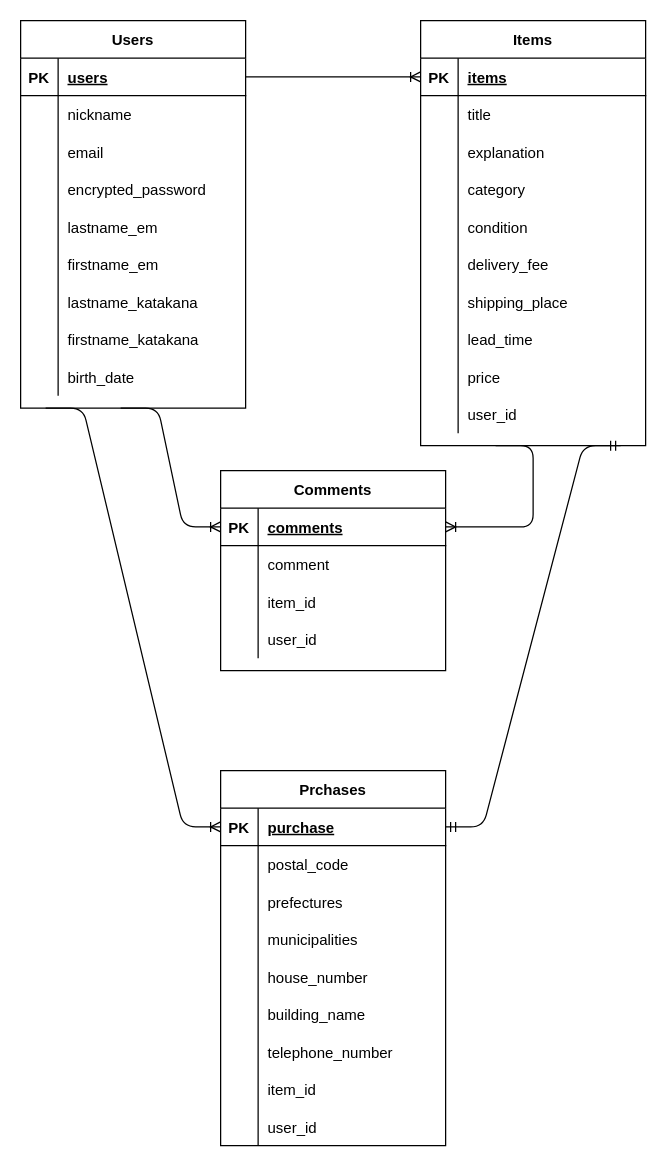
Above: furima.dio in hirokichitana/furima-37142 (draw.io), before the change. Source tidied: cells renumbered, new cells numbered last; positions are measured from the earlier drawing's top-left corner, leaving out a move shared by most shapes. Both pictures are drawn from the tidied source at 125%, with x=0, y=0 at pixel (20, 20).
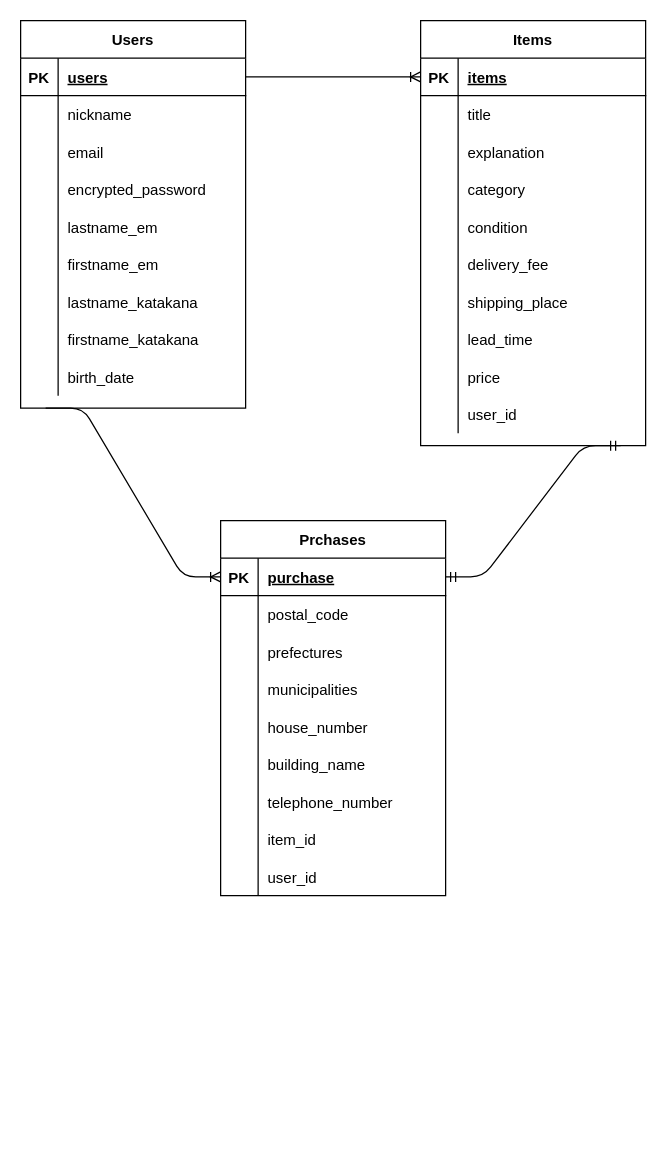
The same diagram, later.

Commit message (it also covers changes not shown here):
データベース設計の修正

What changed in the source:
```diff
@@
-    <mxCell id="33" value="Comments" style="shape=table;startSize=30;childLayout=tableLayout;rowLines=0;fontStyle=1;align=center;rounded=0;" parent="1" vertex="1">
-      <mxGeometry x="160" y="360" width="180" height="160" as="geometry" />
-    </mxCell>
-    <mxCell id="34" style="shape=partialRectangle;fillColor=none;top=0;left=0;bottom=1;right=0;points=[[0,0.5],[1,0.5]];portConstraint=eastwest;rounded=0;" parent="33" vertex="1">
-      <mxGeometry y="30" width="180" height="30" as="geometry" />
-    </mxCell>
-    <mxCell id="35" value="PK" style="shape=partialRectangle;fillColor=none;top=0;left=0;bottom=0;right=0;fontStyle=1;overflow=hidden;rounded=0;" parent="34" vertex="1">
-      <mxGeometry width="30" height="30" as="geometry" />
-    </mxCell>
-    <mxCell id="36" value="comments" style="shape=partialRectangle;fillColor=none;top=0;left=0;bottom=0;right=0;align=left;spacingLeft=6;fontStyle=5;overflow=hidden;rounded=0;" parent="34" vertex="1">
-      <mxGeometry x="30" width="150" height="30" as="geometry" />
-    </mxCell>
-    <mxCell id="37" style="shape=partialRectangle;fillColor=none;top=0;left=0;bottom=0;right=0;rounded=0;" parent="33" vertex="1">
-      <mxGeometry y="60" width="180" height="30" as="geometry" />
-    </mxCell>
-    <mxCell id="38" style="shape=partialRectangle;fillColor=none;top=0;left=0;bottom=0;right=0;overflow=hidden;rounded=0;" parent="37" vertex="1">
-      <mxGeometry width="30" height="30" as="geometry" />
-    </mxCell>
-    <mxCell id="39" value="comment" style="shape=partialRectangle;fillColor=none;top=0;left=0;bottom=0;right=0;align=left;spacingLeft=6;overflow=hidden;rounded=0;" parent="37" vertex="1">
-      <mxGeometry x="30" width="150" height="30" as="geometry" />
-    </mxCell>
-    <mxCell id="40" style="shape=partialRectangle;fillColor=none;top=0;left=0;bottom=0;right=0;rounded=0;" parent="33" vertex="1">
-      <mxGeometry y="90" width="180" height="30" as="geometry" />
-    </mxCell>
-    <mxCell id="41" style="shape=partialRectangle;fillColor=none;top=0;left=0;bottom=0;right=0;overflow=hidden;rounded=0;" parent="40" vertex="1">
-      <mxGeometry width="30" height="30" as="geometry" />
-    </mxCell>
-    <mxCell id="42" value="item_id" style="shape=partialRectangle;fillColor=none;top=0;left=0;bottom=0;right=0;align=left;spacingLeft=6;overflow=hidden;rounded=0;" parent="40" vertex="1">
-      <mxGeometry x="30" width="150" height="30" as="geometry" />
-    </mxCell>
-    <mxCell id="43" style="shape=partialRectangle;fillColor=none;top=0;left=0;bottom=0;right=0;rounded=0;" parent="33" vertex="1">
-      <mxGeometry y="120" width="180" height="30" as="geometry" />
-    </mxCell>
-    <mxCell id="44" style="shape=partialRectangle;fillColor=none;top=0;left=0;bottom=0;right=0;overflow=hidden;rounded=0;" parent="43" vertex="1">
-      <mxGeometry width="30" height="30" as="geometry" />
-    </mxCell>
-    <mxCell id="45" value="user_id" style="shape=partialRectangle;fillColor=none;top=0;left=0;bottom=0;right=0;align=left;spacingLeft=6;overflow=hidden;rounded=0;" parent="43" vertex="1">
-      <mxGeometry x="30" width="150" height="30" as="geometry" />
-    </mxCell>
@@
-    <mxCell id="75" style="edgeStyle=entityRelationEdgeStyle;fontSize=12;html=1;endArrow=ERoneToMany;entryX=0;entryY=0.5;entryDx=0;entryDy=0;" parent="1" edge="1" target="34">
-      <mxGeometry relative="1" as="geometry">
-        <mxPoint x="80" y="310" as="sourcePoint" />
-      </mxGeometry>
-    </mxCell>
-    <mxCell id="76" style="edgeStyle=entityRelationEdgeStyle;fontSize=12;html=1;endArrow=ERoneToMany;entryX=1;entryY=0.5;entryDx=0;entryDy=0;" parent="1" edge="1" target="34">
-      <mxGeometry relative="1" as="geometry">
-        <mxPoint x="380" y="340" as="sourcePoint" />
-      </mxGeometry>
-    </mxCell>
     <mxCell id="77" value="Prchases" style="shape=table;startSize=30;childLayout=tableLayout;rowLines=0;fontStyle=1;align=center;rounded=0;" parent="1" vertex="1">
-      <mxGeometry x="160" y="600" width="180" height="300" as="geometry" />
+      <mxGeometry x="160" y="400" width="180" height="300" as="geometry" />
     </mxCell>
```
